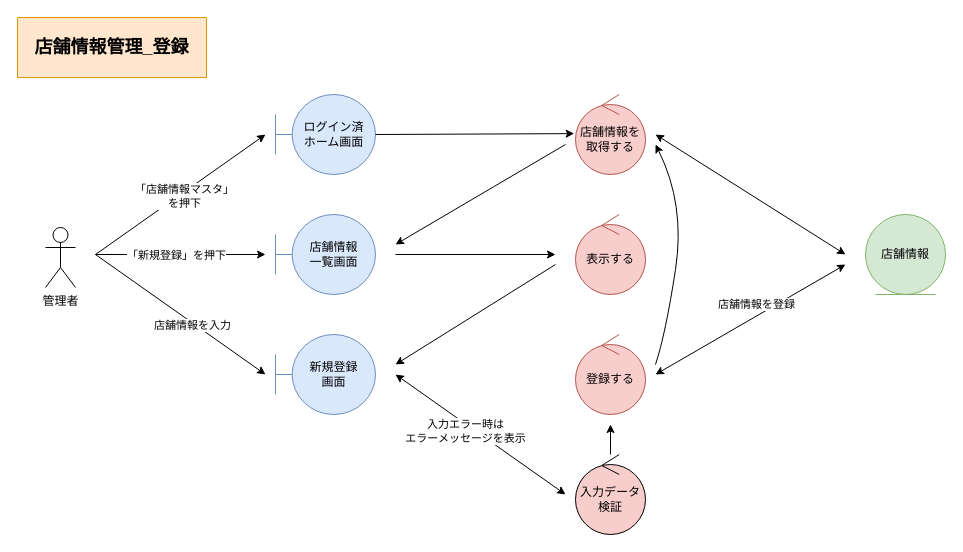
Above: page "*店舗情報管理_登録" (1 of 4) of 各種設計書/3ロバストネス図/マスタ管理/2.店舗情報マスタ.drawio in HaruShim/Sotuken (draw.io), before the change. Source tidied: cells renumbered, new cells numbered last; positions are measured from the earlier drawing's top-left corner, leaving out a move shared by most shapes. Both pictures are drawn from the tidied source at 100%, with x=0, y=0 at pixel (17, 17).
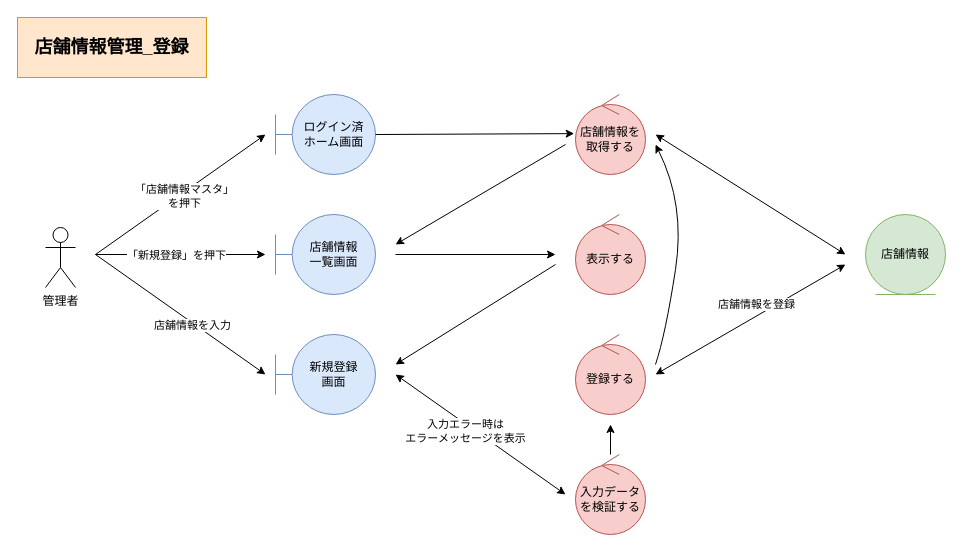
The same page after the edit.

Change to the diagram source:
```diff
@@
-    <mxCell id="13" value="入力データ検証" style="ellipse;shape=umlControl;whiteSpace=wrap;html=1;fillColor=#f8cecc;strokeColor=default;fontColor=default;" parent="1" vertex="1">
-      <mxGeometry x="558" y="437" width="70" height="80" as="geometry" />
-    </mxCell>
@@
+    <mxCell id="29" value="入力データを検証する" style="ellipse;shape=umlControl;whiteSpace=wrap;html=1;fillColor=#f8cecc;strokeColor=#b85450;" parent="1" vertex="1">
+      <mxGeometry x="558" y="437" width="70" height="80" as="geometry" />
+    </mxCell>
```
